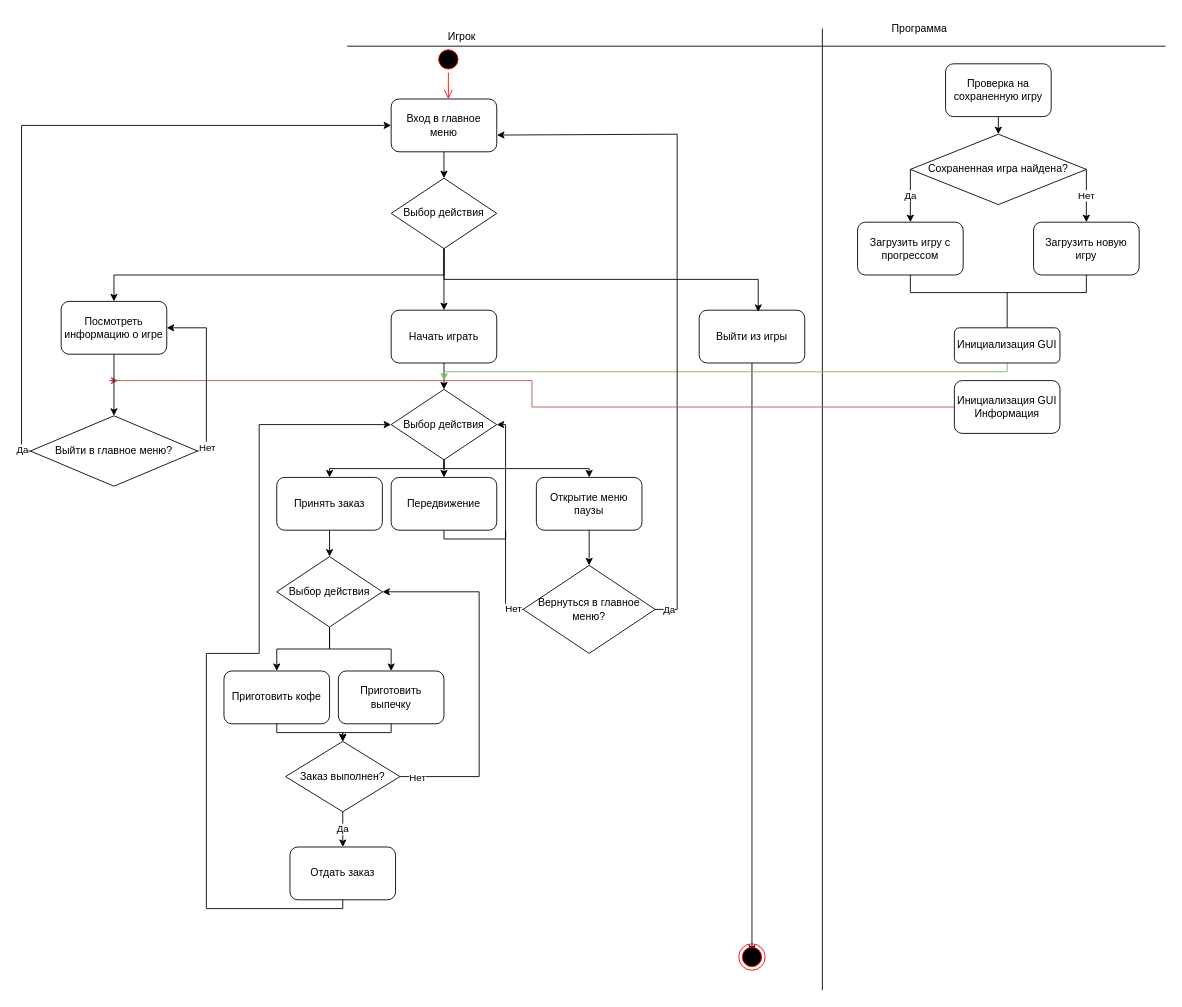
Earlier version of the draw.io diagram page "Диаграмма активностей" (3 of 3) of Диаграмма без названия.drawio (Nikolai-ip/Coffe-Story-Unity-game). Source tidied: cells renumbered, new cells numbered last; positions are measured from the earlier drawing's top-left corner, leaving out a move shared by most shapes. Both pictures are drawn from the tidied source at 88%, with x=0, y=0 at pixel (30, 15).
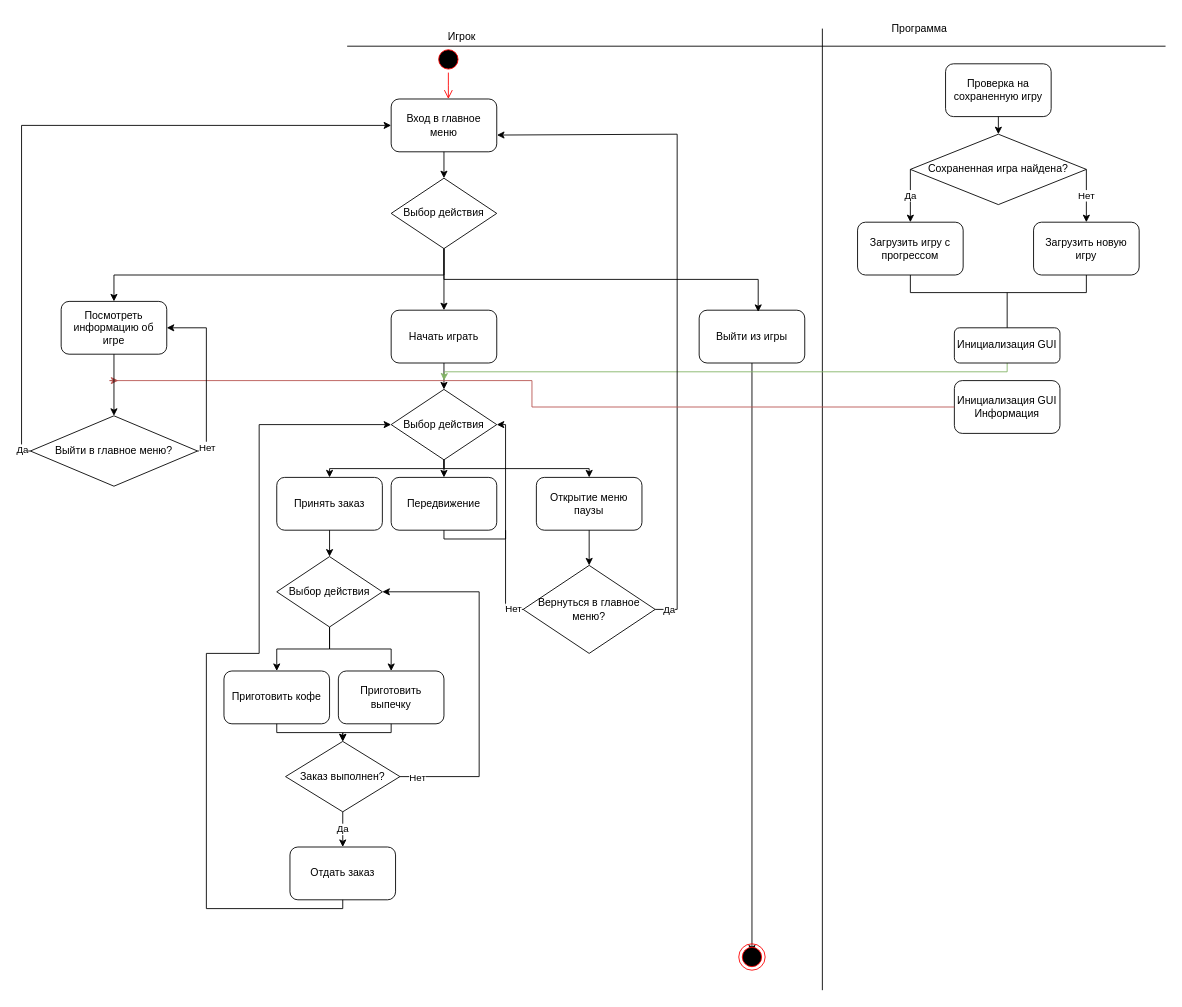
The same diagram, later.

Diff of the diagram source:
```diff
@@
-    <mxCell id="8" value="Посмотреть информацию о игре" style="rounded=1;whiteSpace=wrap;html=1;fillStyle=auto;fillColor=#FFFFFF;" parent="1" vertex="1">
+    <mxCell id="8" value="Посмотреть информацию об игре" style="rounded=1;whiteSpace=wrap;html=1;fillStyle=auto;fillColor=#FFFFFF;" parent="1" vertex="1">
       <mxGeometry x="35" y="325" width="120" height="60" as="geometry" />
     </mxCell>
```
